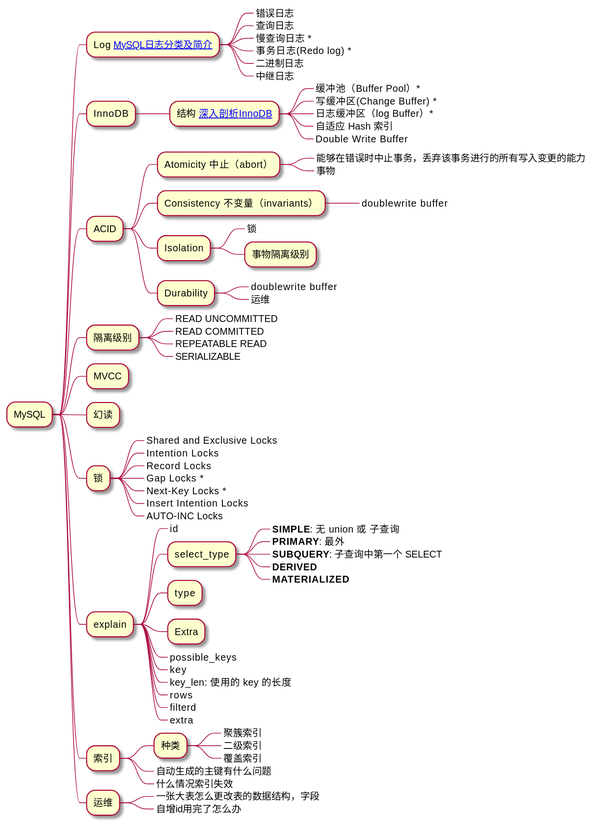
Earlier version of the PlantUML export assets/imgs/resume/mysql.svg (Gh0st99/Gh0st99.github.io).
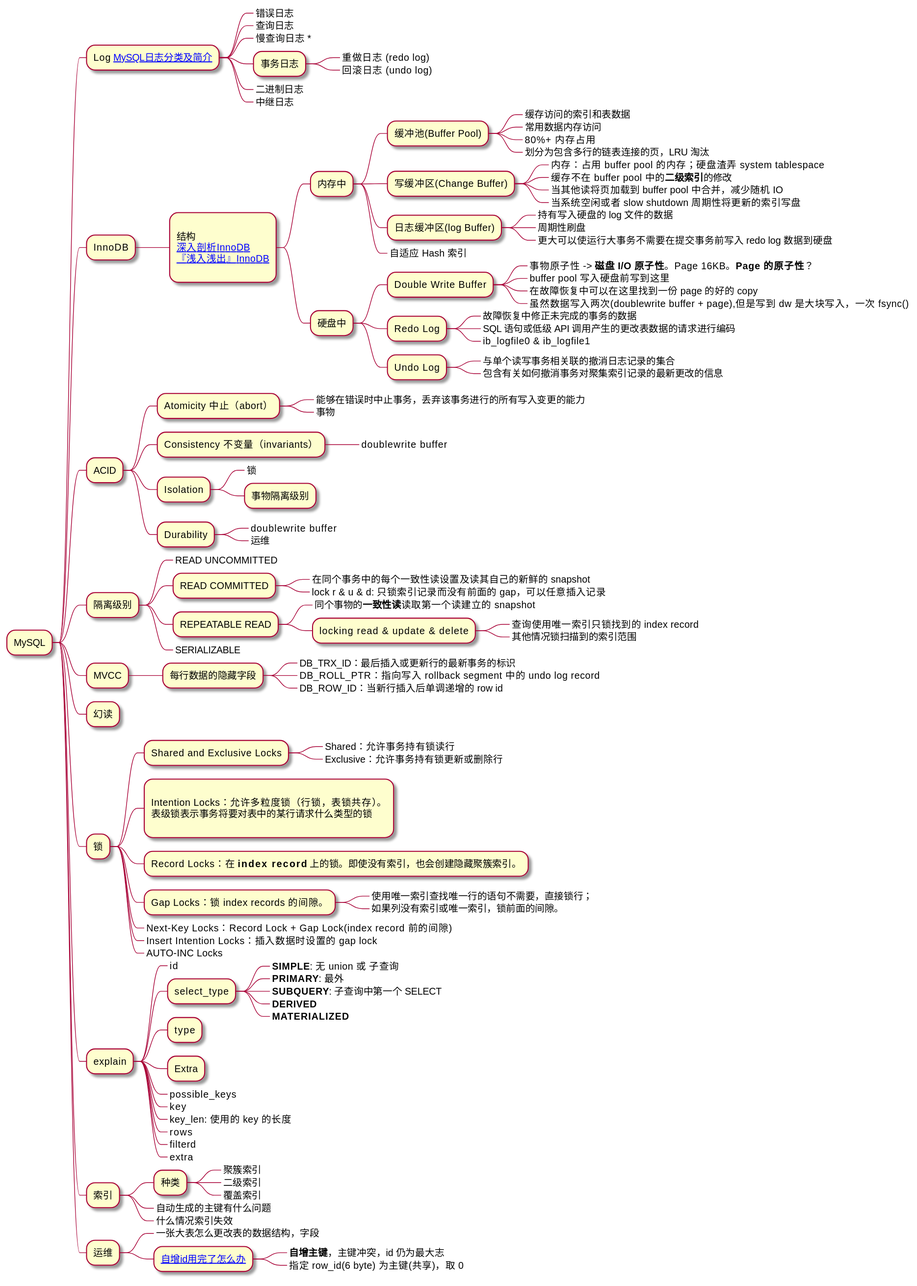
The same diagram one commit later.

What changed in the source:
```diff
@@ -7,17 +7,48 @@
 ***_ 错误日志
 ***_ 查询日志
 ***_ 慢查询日志 *
-***_ 事务日志(Redo log) *
+*** 事务日志
+****_ 重做日志 (redo log)
+****_ 回滚日志 (undo log)
 ***_ 二进制日志
 ***_ 中继日志
 
 ** InnoDB
-*** 结构 [[https://zhuanlan.zhihu.com/p/235458760 深入剖析InnoDB]]
-****_ 缓冲池（Buffer Pool）*
-****_ 写缓冲区(Change Buffer) *
-****_ 日志缓冲区（log Buffer）*
-****_ 自适应 Hash 索引
-****_ Double Write Buffer
+***:
+结构
+[[https://zhuanlan.zhihu.com/p/235458760 深入剖析InnoDB]]
+[[https://draveness.me/mysql-innodb/ 『浅入浅出』InnoDB]]
+;
+**** 内存中
+***** 缓冲池(Buffer Pool)
+******_ 缓存访问的索引和表数据
+******_ 常用数据内存访问
+******_ 80%+ 内存占用
+******_ 划分为包含多行的链表连接的页，LRU 淘汰
+***** 写缓冲区(Change Buffer)
+******_ 内存：占用 buffer pool 的内存；硬盘渣弄 system tablespace
+******_ 缓存不在 buffer pool 中的**二级索引**的修改
+******_ 当其他读将页加载到 buffer pool 中合并，减少随机 IO
+******_ 当系统空闲或者 slow shutdown 周期性将更新的索引写盘
+***** 日志缓冲区(log Buffer)
+******_ 持有写入硬盘的 log 文件的数据
+******_ 周期性刷盘
+******_ 更大可以使运行大事务不需要在提交事务前写入 redo log 数据到硬盘
+*****_ 自适应 Hash 索引
+**** 硬盘中
+***** Double Write Buffer
+******_ 事物原子性 -> **磁盘 I/O 原子性**。Page 16KB。**Page 的原子性**？
+******_ buffer pool 写入硬盘前写到这里
+******_ 在故障恢复中可以在这里找到一份 page 的好的 copy
+******_ 虽然数据写入两次(doublewrite buffer + page),但是写到 dw 是大块写入，一次 fsync()
+***** Redo Log
+******_ 故障恢复中修正未完成的事务的数据
+******_ SQL 语句或低级 API 调用产生的更改表数据的请求进行编码
+******_ ib_logfile0 & ib_logfile1
+***** Undo Log
+******_ 与单个读写事务相关联的撤消日志记录的集合
+******_ 包含有关如何撤消事务对聚集索引记录的最新更改的信息
+
 
 ** ACID
 *** Atomicity 中止（abort）
@@ -37,20 +68,38 @@
 
 ** 隔离级别
 ***_  READ UNCOMMITTED
-***_  READ COMMITTED
-***_  REPEATABLE READ
+***  READ COMMITTED
+****_ 在同个事务中的每个一致性读设置及读其自己的新鲜的 snapshot
+****_ lock r & u & d: 只锁索引记录而没有前面的 gap，可以任意插入记录
+***  REPEATABLE READ
+****_ 同个事物的**一致性读**读取第一个读建立的 snapshot
+**** locking read & update & delete
+*****_ 查询使用唯一索引只锁找到的 index record
+*****_ 其他情况锁扫描到的索引范围
+
 ***_  SERIALIZABLE
 ** MVCC
+*** 每行数据的隐藏字段
+****_ DB_TRX_ID：最后插入或更新行的最新事务的标识
+****_ DB_ROLL_PTR：指向写入 rollback segment 中的 undo log record
+****_ DB_ROW_ID：当新行插入后单调递增的 row id
 ** 幻读
 
 
 ** 锁
-***_ Shared and Exclusive Locks
-***_ Intention Locks
-***_ Record Locks
-***_ Gap Locks *
-***_ Next-Key Locks *
-***_ Insert Intention Locks
+*** Shared and Exclusive Locks
+****_ Shared：允许事务持有锁读行
+****_ Exclusive：允许事务持有锁更新或删除行
+***:
+Intention Locks：允许多粒度锁（行锁，表锁共存）。
+表级锁表示事务将要对表中的某行请求什么类型的锁
+;
+*** Record Locks：在 **index record** 上的锁。即使没有索引，也会创建隐藏聚簇索引。
+*** Gap Locks：锁 index records 的间隙。
+****_ 使用唯一索引查找唯一行的语句不需要，直接锁行；
+****_ 如果列没有索引或唯一索引，锁前面的间隙。
+***_ Next-Key Locks：Record Lock + Gap Lock(index record 前的间隙)
+***_ Insert Intention Locks：插入数据时设置的 gap lock
 ***_ AUTO-INC Locks
 
 ** explain
@@ -82,6 +131,8 @@
 
 ** 运维
 ***_ 一张大表怎么更改表的数据结构，字段
-***_ 自增id用完了怎么办
+*** [[https://segmentfault.com/a/1190000023810042 自增id用完了怎么办]]
+****_ **自增主键**，主键冲突，id 仍为最大志
+****_ 指定 row_id(6 byte) 为主键(共享)，取 0
 
 @endmindmap
```
